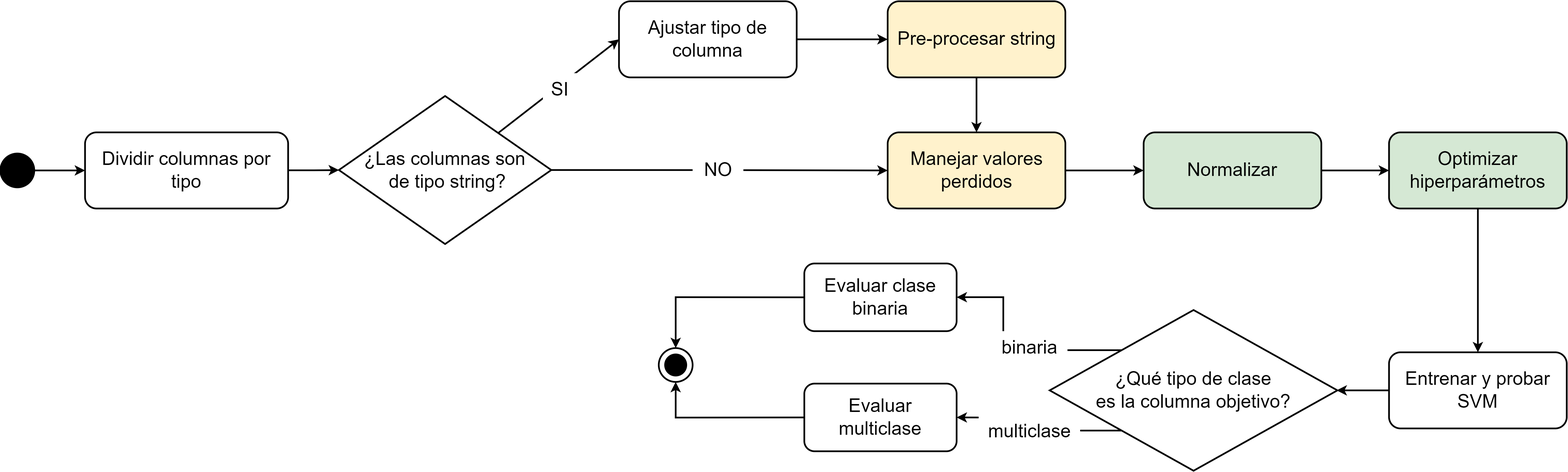
Earlier version of the draw.io export figuras/capi 2/modelos/procesado svm.drawio.png (jennyanez/thesis-automl). Source tidied: cells renumbered, new cells last; positions are measured from the earlier drawing's top-left corner, leaving out a move shared by most shapes. The source it was exported from:
```xml
<mxGraphModel>
  <root>
    <mxCell id="0" />
    <mxCell id="1" parent="0" />
    <mxCell id="2" style="edgeStyle=orthogonalEdgeStyle;rounded=0;jettySize=auto;html=1;entryX=0;entryY=0.5;entryDx=0;entryDy=0;strokeWidth=2;fontSize=22;" parent="1" edge="1" source="3" target="16">
      <mxGeometry relative="1" as="geometry" />
    </mxCell>
    <mxCell id="3" style="ellipse;whiteSpace=wrap;html=1;fillColor=#000000;gradientColor=default;strokeWidth=2;fontSize=22;" parent="1" vertex="1">
      <mxGeometry y="180" width="40" height="40" as="geometry" />
    </mxCell>
    <mxCell id="4" value="&lt;span style=&quot;font-size: 22px;&quot;&gt;¿Las columnas son&lt;br style=&quot;font-size: 22px;&quot;&gt;&amp;nbsp;de tipo string?&lt;/span&gt;" style="rhombus;whiteSpace=wrap;html=1;fillColor=none;gradientColor=default;strokeWidth=2;fontSize=22;" parent="1" vertex="1">
      <mxGeometry x="400" y="112" width="251" height="175" as="geometry" />
    </mxCell>
    <mxCell id="5" style="endArrow=classic;html=1;rounded=0;exitX=1;exitY=0;exitDx=0;exitDy=0;entryX=0;entryY=0.5;entryDx=0;entryDy=0;strokeWidth=2;fontSize=22;" parent="1" edge="1" source="4" target="7">
      <mxGeometry relative="1" as="geometry" />
    </mxCell>
    <mxCell id="6" style="edgeStyle=orthogonalEdgeStyle;rounded=0;jettySize=auto;html=1;strokeWidth=2;fontSize=22;" parent="1" edge="1" source="7" target="12">
      <mxGeometry relative="1" as="geometry" />
    </mxCell>
    <mxCell id="7" value="&lt;font style=&quot;font-size: 22px;&quot;&gt;Ajustar tipo de columna&lt;/font&gt;" style="rounded=1;whiteSpace=wrap;html=1;strokeWidth=2;fontSize=22;" parent="1" vertex="1">
      <mxGeometry x="731" width="210" height="90" as="geometry" />
    </mxCell>
    <mxCell id="8" value="&lt;font style=&quot;font-size: 22px;&quot;&gt;SI&lt;/font&gt;" style="text;html=1;align=center;verticalAlign=middle;strokeColor=none;fillColor=default;strokeWidth=2;fontSize=22;" parent="1" vertex="1">
      <mxGeometry x="641" y="85" width="40" height="40" as="geometry" />
    </mxCell>
    <mxCell id="9" style="edgeStyle=orthogonalEdgeStyle;rounded=0;jettySize=auto;html=1;strokeWidth=2;fontSize=22;" parent="1" edge="1" source="10" target="14">
      <mxGeometry relative="1" as="geometry" />
    </mxCell>
    <mxCell id="10" value="&lt;font style=&quot;font-size: 22px;&quot;&gt;Manejar valores perdidos&lt;/font&gt;" style="rounded=1;whiteSpace=wrap;html=1;fillColor=#fff2cc;strokeColor=default;strokeWidth=2;fontSize=22;" parent="1" vertex="1">
      <mxGeometry x="1048.5" y="155" width="210" height="90" as="geometry" />
    </mxCell>
    <mxCell id="11" style="edgeStyle=orthogonalEdgeStyle;rounded=0;jettySize=auto;html=1;exitX=0.5;exitY=1;exitDx=0;exitDy=0;strokeWidth=2;fontSize=22;" parent="1" edge="1" source="12" target="10">
      <mxGeometry relative="1" as="geometry" />
    </mxCell>
    <mxCell id="12" value="&lt;font style=&quot;font-size: 22px;&quot;&gt;Pre-procesar string&lt;/font&gt;" style="rounded=1;whiteSpace=wrap;html=1;fillColor=#fff2cc;strokeColor=default;strokeWidth=2;fontSize=22;" parent="1" vertex="1">
      <mxGeometry x="1048.5" width="210" height="90" as="geometry" />
    </mxCell>
    <mxCell id="13" style="edgeStyle=orthogonalEdgeStyle;rounded=0;jettySize=auto;html=1;strokeWidth=2;fontSize=22;" parent="1" edge="1" source="14" target="18">
      <mxGeometry relative="1" as="geometry" />
    </mxCell>
    <mxCell id="14" value="&lt;font style=&quot;font-size: 22px;&quot;&gt;Normalizar&lt;/font&gt;" style="rounded=1;whiteSpace=wrap;html=1;fillColor=#d5e8d4;strokeColor=default;strokeWidth=2;fontSize=22;" parent="1" vertex="1">
      <mxGeometry x="1351" y="155" width="210" height="90" as="geometry" />
    </mxCell>
    <mxCell id="15" style="edgeStyle=orthogonalEdgeStyle;rounded=0;jettySize=auto;html=1;strokeWidth=2;fontSize=22;" parent="1" edge="1" source="16" target="4">
      <mxGeometry relative="1" as="geometry" />
    </mxCell>
    <mxCell id="16" value="&lt;span style=&quot;font-size: 22px;&quot;&gt;Dividir columnas por tipo&lt;/span&gt;" style="rounded=1;whiteSpace=wrap;html=1;strokeWidth=2;fontSize=22;" parent="1" vertex="1">
      <mxGeometry x="100" y="155" width="240" height="90" as="geometry" />
    </mxCell>
    <mxCell id="17" style="edgeStyle=orthogonalEdgeStyle;rounded=0;jettySize=auto;html=1;strokeWidth=2;fontSize=22;" parent="1" edge="1" source="18" target="22">
      <mxGeometry relative="1" as="geometry" />
    </mxCell>
    <mxCell id="18" value="&lt;font style=&quot;font-size: 22px;&quot;&gt;Optimizar hiperparámetros&lt;/font&gt;" style="rounded=1;whiteSpace=wrap;html=1;fillColor=#d5e8d4;strokeColor=default;strokeWidth=2;fontSize=22;" parent="1" vertex="1">
      <mxGeometry x="1641" y="155" width="210" height="90" as="geometry" />
    </mxCell>
    <mxCell id="19" style="edgeStyle=orthogonalEdgeStyle;rounded=0;jettySize=auto;html=1;exitX=1;exitY=0.5;exitDx=0;exitDy=0;entryX=0;entryY=0.5;entryDx=0;entryDy=0;strokeWidth=2;fontSize=22;" parent="1" edge="1" source="4" target="10">
      <mxGeometry relative="1" as="geometry" />
    </mxCell>
    <mxCell id="20" value="&lt;font style=&quot;font-size: 22px;&quot;&gt;NO&lt;/font&gt;" style="text;html=1;align=center;verticalAlign=middle;strokeWidth=2;fillColor=default;fontSize=22;" parent="1" vertex="1">
      <mxGeometry x="818" y="180" width="60" height="40" as="geometry" />
    </mxCell>
    <mxCell id="21" style="edgeStyle=orthogonalEdgeStyle;rounded=0;jettySize=auto;html=1;exitX=0;exitY=0.5;exitDx=0;exitDy=0;entryX=0.997;entryY=0.5;entryDx=0;entryDy=0;entryPerimeter=0;strokeWidth=2;" parent="1" edge="1" source="22" target="25">
      <mxGeometry relative="1" as="geometry" />
    </mxCell>
    <mxCell id="22" value="&lt;font style=&quot;font-size: 22px;&quot;&gt;Entrenar y probar SVM&lt;/font&gt;" style="rounded=1;whiteSpace=wrap;html=1;strokeWidth=2;fontSize=22;" parent="1" vertex="1">
      <mxGeometry x="1641" y="415" width="210" height="90" as="geometry" />
    </mxCell>
    <mxCell id="23" style="edgeStyle=orthogonalEdgeStyle;rounded=0;jettySize=auto;html=1;exitX=0;exitY=0;exitDx=0;exitDy=0;strokeWidth=2;" parent="1" edge="1" source="25" target="27">
      <mxGeometry relative="1" as="geometry" />
    </mxCell>
    <mxCell id="24" style="edgeStyle=orthogonalEdgeStyle;rounded=0;jettySize=auto;html=1;exitX=0;exitY=1;exitDx=0;exitDy=0;entryX=1;entryY=0.5;entryDx=0;entryDy=0;strokeWidth=2;" parent="1" edge="1" source="25" target="29">
      <mxGeometry relative="1" as="geometry" />
    </mxCell>
    <mxCell id="25" value="&lt;font style=&quot;font-size: 22px;&quot;&gt;¿Qué tipo de clase&lt;br style=&quot;border-color: var(--border-color); font-size: 22px;&quot;&gt;es la columna objetivo?&lt;/font&gt;" style="rhombus;whiteSpace=wrap;html=1;fillColor=none;gradientColor=default;strokeWidth=2;fontSize=22;" parent="1" vertex="1">
      <mxGeometry x="1240" y="365" width="340" height="190" as="geometry" />
    </mxCell>
    <mxCell id="26" style="edgeStyle=orthogonalEdgeStyle;rounded=0;jettySize=auto;html=1;exitX=0;exitY=0.5;exitDx=0;exitDy=0;entryX=0.5;entryY=0;entryDx=0;entryDy=0;strokeWidth=2;" parent="1" edge="1" source="27" target="30">
      <mxGeometry relative="1" as="geometry" />
    </mxCell>
    <mxCell id="27" value="&lt;font style=&quot;font-size: 22px;&quot;&gt;Evaluar clase binaria&lt;/font&gt;" style="rounded=1;whiteSpace=wrap;html=1;fillColor=none;gradientColor=default;strokeWidth=2;fontSize=22;" parent="1" vertex="1">
      <mxGeometry x="950" y="310" width="180" height="80" as="geometry" />
    </mxCell>
    <mxCell id="28" style="edgeStyle=orthogonalEdgeStyle;rounded=0;jettySize=auto;html=1;exitX=0;exitY=0.5;exitDx=0;exitDy=0;entryX=0.5;entryY=1;entryDx=0;entryDy=0;strokeWidth=2;" parent="1" edge="1" source="29" target="30">
      <mxGeometry relative="1" as="geometry" />
    </mxCell>
    <mxCell id="29" value="&lt;font style=&quot;font-size: 22px;&quot;&gt;Evaluar multiclase&lt;/font&gt;" style="rounded=1;whiteSpace=wrap;html=1;fillColor=none;gradientColor=default;strokeWidth=2;fontSize=22;" parent="1" vertex="1">
      <mxGeometry x="950" y="452" width="180" height="80" as="geometry" />
    </mxCell>
    <mxCell id="30" style="ellipse;whiteSpace=wrap;html=1;strokeWidth=2;fontSize=22;" parent="1" vertex="1">
      <mxGeometry x="778" y="410" width="40" height="40" as="geometry" />
    </mxCell>
    <mxCell id="31" style="ellipse;whiteSpace=wrap;html=1;fillColor=#000000;gradientColor=default;strokeWidth=2;fontSize=22;" parent="1" vertex="1">
      <mxGeometry x="785.5" y="417.5" width="25" height="25" as="geometry" />
    </mxCell>
    <mxCell id="32" value="binaria" style="text;html=1;align=center;verticalAlign=middle;fillColor=default;fontSize=22;strokeWidth=2;" parent="1" vertex="1">
      <mxGeometry x="1171" y="390" width="90" height="40" as="geometry" />
    </mxCell>
    <mxCell id="33" value="multiclase" style="text;html=1;align=center;verticalAlign=middle;fillColor=default;fontSize=22;strokeWidth=2;" parent="1" vertex="1">
      <mxGeometry x="1156" y="489" width="120" height="40" as="geometry" />
    </mxCell>
  </root>
</mxGraphModel>
```
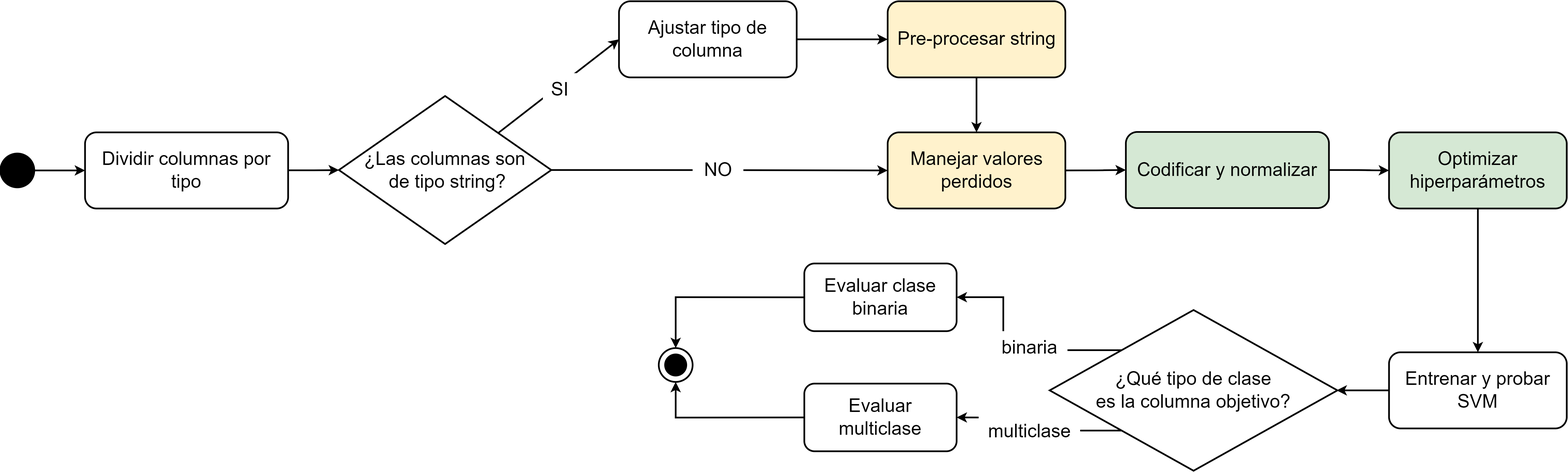
Above is the later version.

What changed in the source:
```diff
@@ -23,9 +23,9 @@
     <mxCell id="8" value="&lt;font style=&quot;font-size: 22px;&quot;&gt;SI&lt;/font&gt;" style="text;html=1;align=center;verticalAlign=middle;strokeColor=none;fillColor=default;strokeWidth=2;fontSize=22;" parent="1" vertex="1">
       <mxGeometry x="641" y="85" width="40" height="40" as="geometry" />
     </mxCell>
-    <mxCell id="9" style="edgeStyle=orthogonalEdgeStyle;rounded=0;jettySize=auto;html=1;strokeWidth=2;fontSize=22;" parent="1" edge="1" source="10" target="14">
-      <mxGeometry relative="1" as="geometry" />
-    </mxCell>
+    <mxCell id="34" style="edgeStyle=orthogonalEdgeStyle;rounded=0;jettySize=auto;html=1;exitX=1;exitY=0.5;exitDx=0;exitDy=0;entryX=0;entryY=0.5;entryDx=0;entryDy=0;strokeWidth=2;" parent="1" edge="1" source="10" target="36">
+      <mxGeometry relative="1" as="geometry" />
+    </mxCell>
     <mxCell id="10" value="&lt;font style=&quot;font-size: 22px;&quot;&gt;Manejar valores perdidos&lt;/font&gt;" style="rounded=1;whiteSpace=wrap;html=1;fillColor=#fff2cc;strokeColor=default;strokeWidth=2;fontSize=22;" parent="1" vertex="1">
       <mxGeometry x="1048.5" y="155" width="210" height="90" as="geometry" />
     </mxCell>
@@ -35,12 +35,6 @@
     <mxCell id="12" value="&lt;font style=&quot;font-size: 22px;&quot;&gt;Pre-procesar string&lt;/font&gt;" style="rounded=1;whiteSpace=wrap;html=1;fillColor=#fff2cc;strokeColor=default;strokeWidth=2;fontSize=22;" parent="1" vertex="1">
       <mxGeometry x="1048.5" width="210" height="90" as="geometry" />
     </mxCell>
-    <mxCell id="13" style="edgeStyle=orthogonalEdgeStyle;rounded=0;jettySize=auto;html=1;strokeWidth=2;fontSize=22;" parent="1" edge="1" source="14" target="18">
-      <mxGeometry relative="1" as="geometry" />
-    </mxCell>
-    <mxCell id="14" value="&lt;font style=&quot;font-size: 22px;&quot;&gt;Normalizar&lt;/font&gt;" style="rounded=1;whiteSpace=wrap;html=1;fillColor=#d5e8d4;strokeColor=default;strokeWidth=2;fontSize=22;" parent="1" vertex="1">
-      <mxGeometry x="1351" y="155" width="210" height="90" as="geometry" />
-    </mxCell>
     <mxCell id="15" style="edgeStyle=orthogonalEdgeStyle;rounded=0;jettySize=auto;html=1;strokeWidth=2;fontSize=22;" parent="1" edge="1" source="16" target="4">
       <mxGeometry relative="1" as="geometry" />
     </mxCell>
@@ -98,5 +92,11 @@
     <mxCell id="33" value="multiclase" style="text;html=1;align=center;verticalAlign=middle;fillColor=default;fontSize=22;strokeWidth=2;" parent="1" vertex="1">
       <mxGeometry x="1156" y="489" width="120" height="40" as="geometry" />
     </mxCell>
+    <mxCell id="35" style="edgeStyle=orthogonalEdgeStyle;rounded=0;jettySize=auto;html=1;exitX=1;exitY=0.5;exitDx=0;exitDy=0;entryX=0;entryY=0.5;entryDx=0;entryDy=0;strokeWidth=2;" parent="1" edge="1" source="36" target="18">
+      <mxGeometry relative="1" as="geometry" />
+    </mxCell>
+    <mxCell id="36" value="&lt;font style=&quot;font-size: 22px;&quot;&gt;Codificar y normalizar&lt;/font&gt;" style="rounded=1;whiteSpace=wrap;html=1;fillColor=#d5e8d4;strokeColor=default;strokeWidth=2;fontSize=22;" parent="1" vertex="1">
+      <mxGeometry x="1330" y="154.5" width="240" height="90" as="geometry" />
+    </mxCell>
   </root>
 </mxGraphModel>
```
